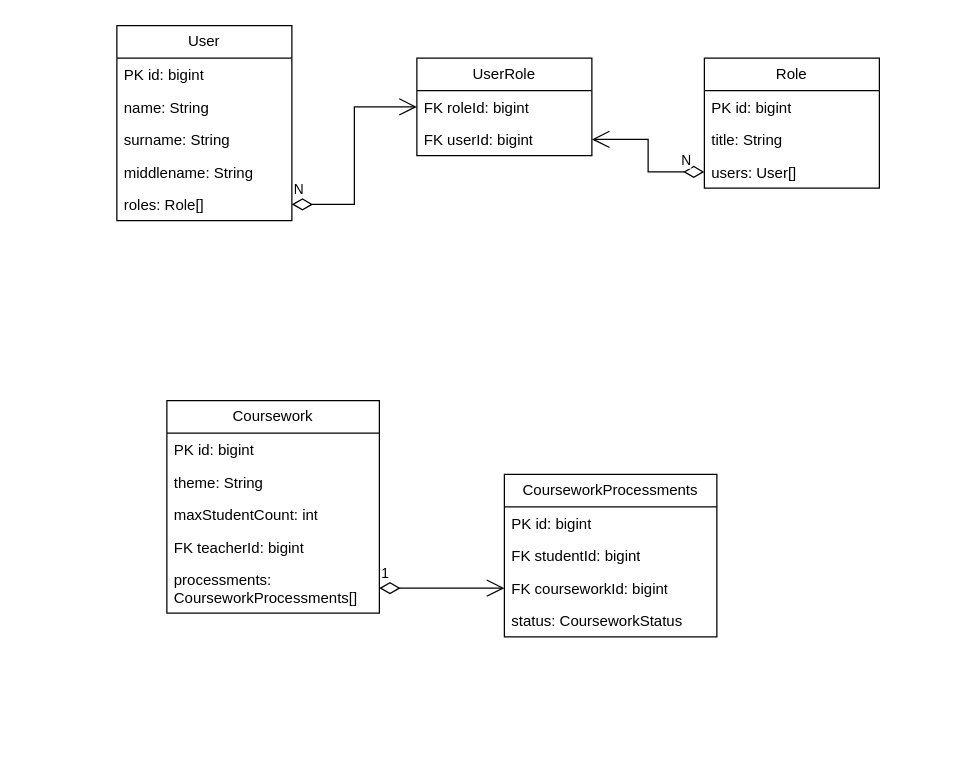
StanEkso/kanban-projecting keeps this draw.io diagram as class.drawio. Above is the earlier version. Source tidied: cells renumbered, new cells numbered last; positions are measured from the earlier drawing's top-left corner, leaving out a move shared by most shapes. Both pictures are drawn from the tidied source at 125%, with x=0, y=0 at pixel (116, 25).
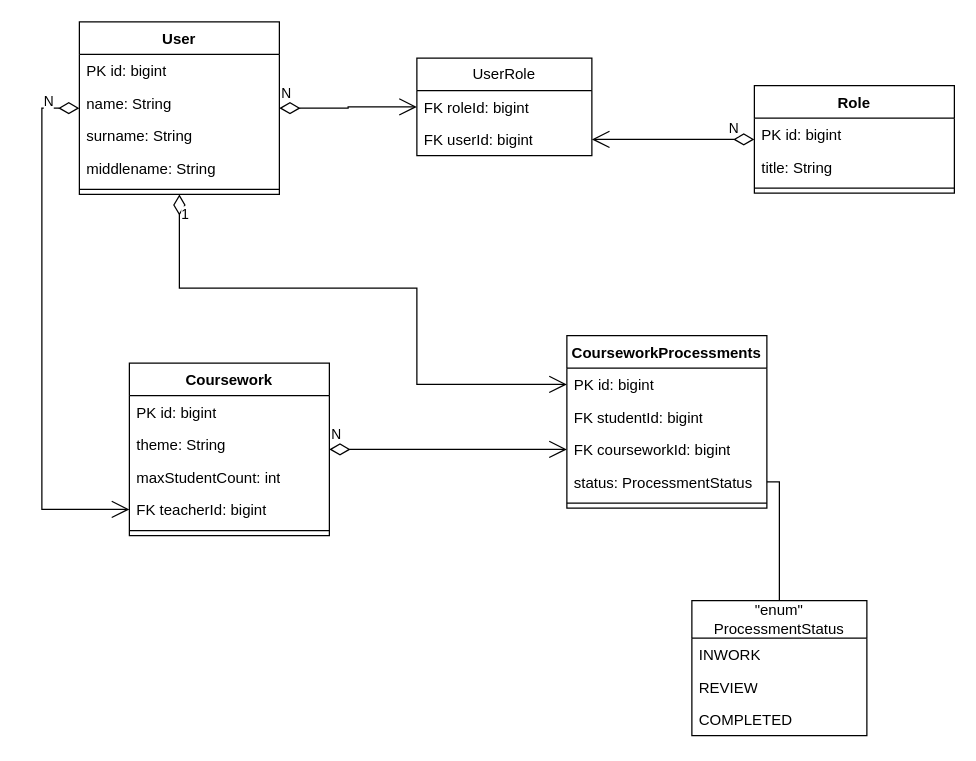
Above is the later version.

The change refers to these unchanged cells:
```xml
<mxCell id="13" value="FK roleId: bigint" style="text;strokeColor=none;fillColor=none;align=left;verticalAlign=top;spacingLeft=4;spacingRight=4;overflow=hidden;points=[[0,0.5],[1,0.5]];portConstraint=eastwest;whiteSpace=wrap;html=1;" parent="12" vertex="1">
  <mxGeometry y="26" width="140" height="26" as="geometry" />
</mxCell>
<mxCell id="14" value="FK userId: bigint" style="text;strokeColor=none;fillColor=none;align=left;verticalAlign=top;spacingLeft=4;spacingRight=4;overflow=hidden;points=[[0,0.5],[1,0.5]];portConstraint=eastwest;whiteSpace=wrap;html=1;" parent="12" vertex="1">
  <mxGeometry y="52" width="140" height="26" as="geometry" />
</mxCell>
```

The edit, as a diff of the source:
```diff
@@
-    <mxCell id="2" value="User" style="swimlane;fontStyle=0;horizontal=1;startSize=26;fillColor=none;whiteSpace=wrap;html=1;" parent="1" vertex="1">
-      <mxGeometry width="140" height="156" as="geometry" />
-    </mxCell>
-    <mxCell id="3" value="PK id: bigint" style="text;strokeColor=none;fillColor=none;align=left;verticalAlign=top;spacingLeft=4;spacingRight=4;overflow=hidden;whiteSpace=wrap;html=1;" parent="2" vertex="1">
-      <mxGeometry y="26" width="140" height="26" as="geometry" />
-    </mxCell>
-    <mxCell id="4" value="name: String" style="text;strokeColor=none;fillColor=none;align=left;verticalAlign=top;spacingLeft=4;spacingRight=4;overflow=hidden;whiteSpace=wrap;html=1;" parent="2" vertex="1">
-      <mxGeometry y="52" width="140" height="26" as="geometry" />
-    </mxCell>
-    <mxCell id="5" value="surname: String" style="text;strokeColor=none;fillColor=none;align=left;verticalAlign=top;spacingLeft=4;spacingRight=4;overflow=hidden;whiteSpace=wrap;html=1;" parent="2" vertex="1">
-      <mxGeometry y="78" width="140" height="26" as="geometry" />
-    </mxCell>
-    <mxCell id="6" value="middlename: String" style="text;strokeColor=none;fillColor=none;align=left;verticalAlign=top;spacingLeft=4;spacingRight=4;overflow=hidden;whiteSpace=wrap;html=1;" parent="2" vertex="1">
-      <mxGeometry y="104" width="140" height="26" as="geometry" />
-    </mxCell>
-    <mxCell id="7" value="roles: Role[]" style="text;strokeColor=none;fillColor=none;align=left;verticalAlign=top;spacingLeft=4;spacingRight=4;overflow=hidden;points=[[0,0.5],[1,0.5]];portConstraint=eastwest;whiteSpace=wrap;html=1;" parent="2" vertex="1">
-      <mxGeometry y="130" width="140" height="26" as="geometry" />
-    </mxCell>
-    <mxCell id="8" value="Role" style="swimlane;fontStyle=0;horizontal=1;startSize=26;fillColor=none;whiteSpace=wrap;html=1;" parent="1" vertex="1">
-      <mxGeometry x="470" y="26" width="140" height="104" as="geometry" />
-    </mxCell>
-    <mxCell id="9" value="PK id: bigint" style="text;strokeColor=none;fillColor=none;align=left;verticalAlign=top;spacingLeft=4;spacingRight=4;overflow=hidden;whiteSpace=wrap;html=1;" parent="8" vertex="1">
-      <mxGeometry y="26" width="140" height="26" as="geometry" />
-    </mxCell>
-    <mxCell id="10" value="title: String" style="text;strokeColor=none;fillColor=none;align=left;verticalAlign=top;spacingLeft=4;spacingRight=4;overflow=hidden;whiteSpace=wrap;html=1;" parent="8" vertex="1">
-      <mxGeometry y="52" width="140" height="26" as="geometry" />
-    </mxCell>
-    <mxCell id="11" value="users: User[]" style="text;strokeColor=none;fillColor=none;align=left;verticalAlign=top;spacingLeft=4;spacingRight=4;overflow=hidden;points=[[0,0.5],[1,0.5]];portConstraint=eastwest;whiteSpace=wrap;html=1;" parent="8" vertex="1">
-      <mxGeometry y="78" width="140" height="26" as="geometry" />
-    </mxCell>
@@
-    <mxCell id="15" value="N" style="endArrow=open;html=1;endSize=12;startArrow=diamondThin;startSize=14;startFill=0;edgeStyle=orthogonalEdgeStyle;align=left;verticalAlign=bottom;rounded=0;" parent="1" edge="1" source="7" target="13">
+    <mxCell id="15" value="N" style="endArrow=open;html=1;endSize=12;startArrow=diamondThin;startSize=14;startFill=0;edgeStyle=orthogonalEdgeStyle;align=left;verticalAlign=bottom;rounded=0;" parent="1" edge="1" source="2" target="13">
       <mxGeometry x="-1" y="3" relative="1" as="geometry" />
     </mxCell>
-    <mxCell id="16" value="N" style="endArrow=open;html=1;endSize=12;startArrow=diamondThin;startSize=14;startFill=0;edgeStyle=orthogonalEdgeStyle;align=left;verticalAlign=bottom;rounded=0;" parent="1" edge="1" source="11" target="14">
+    <mxCell id="16" value="N" style="endArrow=open;html=1;endSize=12;startArrow=diamondThin;startSize=14;startFill=0;edgeStyle=orthogonalEdgeStyle;align=left;verticalAlign=bottom;rounded=0;" parent="1" edge="1" source="8" target="14">
       <mxGeometry x="-0.66" relative="1" as="geometry" />
     </mxCell>
+    <mxCell id="28" value="N" style="endArrow=open;html=1;endSize=12;startArrow=diamondThin;startSize=14;startFill=0;edgeStyle=orthogonalEdgeStyle;align=left;verticalAlign=bottom;rounded=0;" parent="1" edge="1" source="17" target="26">
+      <mxGeometry x="-1" y="3" relative="1" as="geometry" />
+    </mxCell>
+    <mxCell id="2" value="User" style="swimlane;fontStyle=1;align=center;verticalAlign=top;horizontal=1;startSize=26;whiteSpace=wrap;html=1;" parent="1" vertex="1">
+      <mxGeometry x="-30" y="-3" width="160" height="138" as="geometry" />
+    </mxCell>
+    <mxCell id="29" value="PK id: bigint" style="text;strokeColor=none;fillColor=none;align=left;verticalAlign=top;spacingLeft=4;spacingRight=4;overflow=hidden;whiteSpace=wrap;html=1;" parent="2" vertex="1">
+      <mxGeometry y="26" width="160" height="26" as="geometry" />
+    </mxCell>
+    <mxCell id="4" value="name: String" style="text;strokeColor=none;fillColor=none;align=left;verticalAlign=top;spacingLeft=4;spacingRight=4;overflow=hidden;whiteSpace=wrap;html=1;" parent="2" vertex="1">
+      <mxGeometry y="52" width="160" height="26" as="geometry" />
+    </mxCell>
+    <mxCell id="5" value="surname: String" style="text;strokeColor=none;fillColor=none;align=left;verticalAlign=top;spacingLeft=4;spacingRight=4;overflow=hidden;whiteSpace=wrap;html=1;" parent="2" vertex="1">
+      <mxGeometry y="78" width="160" height="26" as="geometry" />
+    </mxCell>
+    <mxCell id="6" value="middlename: String" style="text;strokeColor=none;fillColor=none;align=left;verticalAlign=top;spacingLeft=4;spacingRight=4;overflow=hidden;whiteSpace=wrap;html=1;" parent="2" vertex="1">
+      <mxGeometry y="104" width="160" height="26" as="geometry" />
+    </mxCell>
+    <mxCell id="30" style="line;strokeWidth=1;fillColor=none;align=left;verticalAlign=middle;spacingTop=-1;spacingLeft=3;spacingRight=3;labelPosition=right;strokeColor=inherit;" parent="2" vertex="1">
+      <mxGeometry y="130" width="160" height="8" as="geometry" />
+    </mxCell>
+    <mxCell id="8" value="Role" style="swimlane;fontStyle=1;align=center;verticalAlign=top;horizontal=1;startSize=26;whiteSpace=wrap;html=1;" parent="1" vertex="1">
+      <mxGeometry x="510" y="48" width="160" height="86" as="geometry" />
+    </mxCell>
+    <mxCell id="31" value="PK id: bigint" style="text;strokeColor=none;fillColor=none;align=left;verticalAlign=top;spacingLeft=4;spacingRight=4;overflow=hidden;whiteSpace=wrap;html=1;" parent="8" vertex="1">
+      <mxGeometry y="26" width="160" height="26" as="geometry" />
+    </mxCell>
+    <mxCell id="10" value="title: String" style="text;strokeColor=none;fillColor=none;align=left;verticalAlign=top;spacingLeft=4;spacingRight=4;overflow=hidden;whiteSpace=wrap;html=1;" parent="8" vertex="1">
+      <mxGeometry y="52" width="160" height="26" as="geometry" />
+    </mxCell>
+    <mxCell id="32" style="line;strokeWidth=1;fillColor=none;align=left;verticalAlign=middle;spacingTop=-1;spacingLeft=3;spacingRight=3;labelPosition=right;strokeColor=inherit;" parent="8" vertex="1">
+      <mxGeometry y="78" width="160" height="8" as="geometry" />
+    </mxCell>
-    <mxCell id="17" value="Coursework" style="swimlane;fontStyle=0;horizontal=1;startSize=26;fillColor=none;whiteSpace=wrap;html=1;" parent="1" vertex="1">
-      <mxGeometry x="40" y="300" width="170" height="170" as="geometry" />
+    <mxCell id="17" value="Coursework" style="swimlane;fontStyle=1;align=center;verticalAlign=top;horizontal=1;startSize=26;whiteSpace=wrap;html=1;" parent="1" vertex="1">
+      <mxGeometry x="10" y="270" width="160" height="138" as="geometry" />
     </mxCell>
-    <mxCell id="18" value="PK id: bigint" style="text;strokeColor=none;fillColor=none;align=left;verticalAlign=top;spacingLeft=4;spacingRight=4;overflow=hidden;whiteSpace=wrap;html=1;" parent="17" vertex="1">
-      <mxGeometry y="26" width="170" height="26" as="geometry" />
-    </mxCell>
+    <mxCell id="33" value="PK id: bigint" style="text;strokeColor=none;fillColor=none;align=left;verticalAlign=top;spacingLeft=4;spacingRight=4;overflow=hidden;whiteSpace=wrap;html=1;" parent="17" vertex="1">
+      <mxGeometry y="26" width="160" height="26" as="geometry" />
+    </mxCell>
     <mxCell id="19" value="theme: String" style="text;strokeColor=none;fillColor=none;align=left;verticalAlign=top;spacingLeft=4;spacingRight=4;overflow=hidden;whiteSpace=wrap;html=1;" parent="17" vertex="1">
-      <mxGeometry y="52" width="170" height="26" as="geometry" />
+      <mxGeometry y="52" width="160" height="26" as="geometry" />
     </mxCell>
     <mxCell id="20" value="maxStudentCount: int" style="text;strokeColor=none;fillColor=none;align=left;verticalAlign=top;spacingLeft=4;spacingRight=4;overflow=hidden;whiteSpace=wrap;html=1;" parent="17" vertex="1">
-      <mxGeometry y="78" width="170" height="26" as="geometry" />
+      <mxGeometry y="78" width="160" height="26" as="geometry" />
     </mxCell>
     <mxCell id="21" value="FK teacherId: bigint" style="text;strokeColor=none;fillColor=none;align=left;verticalAlign=top;spacingLeft=4;spacingRight=4;overflow=hidden;points=[[0,0.5],[1,0.5]];portConstraint=eastwest;whiteSpace=wrap;html=1;" parent="17" vertex="1">
-      <mxGeometry y="104" width="170" height="26" as="geometry" />
+      <mxGeometry y="104" width="160" height="26" as="geometry" />
     </mxCell>
-    <mxCell id="22" value="processments: CourseworkProcessments[]" style="text;strokeColor=none;fillColor=none;align=left;verticalAlign=top;spacingLeft=4;spacingRight=4;overflow=hidden;points=[[0,0.5],[1,0.5]];portConstraint=eastwest;whiteSpace=wrap;html=1;" parent="17" vertex="1">
-      <mxGeometry y="130" width="170" height="40" as="geometry" />
-    </mxCell>
+    <mxCell id="34" style="line;strokeWidth=1;fillColor=none;align=left;verticalAlign=middle;spacingTop=-1;spacingLeft=3;spacingRight=3;labelPosition=right;strokeColor=inherit;" parent="17" vertex="1">
+      <mxGeometry y="130" width="160" height="8" as="geometry" />
+    </mxCell>
-    <mxCell id="23" value="CourseworkProcessments" style="swimlane;fontStyle=0;horizontal=1;startSize=26;fillColor=none;whiteSpace=wrap;html=1;" parent="1" vertex="1">
-      <mxGeometry x="310" y="359" width="170" height="130" as="geometry" />
+    <mxCell id="23" value="CourseworkProcessments" style="swimlane;fontStyle=1;align=center;verticalAlign=top;horizontal=1;startSize=26;whiteSpace=wrap;html=1;" parent="1" vertex="1">
+      <mxGeometry x="360" y="248" width="160" height="138" as="geometry" />
     </mxCell>
-    <mxCell id="24" value="PK id: bigint" style="text;strokeColor=none;fillColor=none;align=left;verticalAlign=top;spacingLeft=4;spacingRight=4;overflow=hidden;whiteSpace=wrap;html=1;" parent="23" vertex="1">
-      <mxGeometry y="26" width="170" height="26" as="geometry" />
-    </mxCell>
+    <mxCell id="35" value="PK id: bigint" style="text;strokeColor=none;fillColor=none;align=left;verticalAlign=top;spacingLeft=4;spacingRight=4;overflow=hidden;points=[[0,0.5],[1,0.5]];portConstraint=eastwest;whiteSpace=wrap;html=1;" parent="23" vertex="1">
+      <mxGeometry y="26" width="160" height="26" as="geometry" />
+    </mxCell>
     <mxCell id="25" value="FK studentId: bigint" style="text;strokeColor=none;fillColor=none;align=left;verticalAlign=top;spacingLeft=4;spacingRight=4;overflow=hidden;whiteSpace=wrap;html=1;" parent="23" vertex="1">
-      <mxGeometry y="52" width="170" height="26" as="geometry" />
+      <mxGeometry y="52" width="160" height="26" as="geometry" />
     </mxCell>
     <mxCell id="26" value="FK courseworkId: bigint" style="text;strokeColor=none;fillColor=none;align=left;verticalAlign=top;spacingLeft=4;spacingRight=4;overflow=hidden;points=[[0,0.5],[1,0.5]];portConstraint=eastwest;whiteSpace=wrap;html=1;" parent="23" vertex="1">
-      <mxGeometry y="78" width="170" height="26" as="geometry" />
+      <mxGeometry y="78" width="160" height="26" as="geometry" />
     </mxCell>
-    <mxCell id="27" value="status: CourseworkStatus" style="text;strokeColor=none;fillColor=none;align=left;verticalAlign=top;spacingLeft=4;spacingRight=4;overflow=hidden;whiteSpace=wrap;html=1;" parent="23" vertex="1">
-      <mxGeometry y="104" width="170" height="26" as="geometry" />
-    </mxCell>
-    <mxCell id="28" value="1" style="endArrow=open;html=1;endSize=12;startArrow=diamondThin;startSize=14;startFill=0;edgeStyle=orthogonalEdgeStyle;align=left;verticalAlign=bottom;rounded=0;" parent="1" edge="1" source="22" target="26">
-      <mxGeometry x="-1" y="3" relative="1" as="geometry" />
-    </mxCell>
+    <mxCell id="36" value="status: ProcessmentStatus" style="text;strokeColor=none;fillColor=none;align=left;verticalAlign=top;spacingLeft=4;spacingRight=4;overflow=hidden;points=[[0,0.5],[1,0.5]];portConstraint=eastwest;whiteSpace=wrap;html=1;" parent="23" vertex="1">
+      <mxGeometry y="104" width="160" height="26" as="geometry" />
+    </mxCell>
+    <mxCell id="37" style="line;strokeWidth=1;fillColor=none;align=left;verticalAlign=middle;spacingTop=-1;spacingLeft=3;spacingRight=3;labelPosition=right;strokeColor=inherit;" parent="23" vertex="1">
+      <mxGeometry y="130" width="160" height="8" as="geometry" />
+    </mxCell>
+    <mxCell id="38" value="N" style="endArrow=open;html=1;endSize=12;startArrow=diamondThin;startSize=14;startFill=0;edgeStyle=orthogonalEdgeStyle;align=left;verticalAlign=bottom;rounded=0;" parent="1" edge="1" source="2" target="21">
+      <mxGeometry x="-0.84" relative="1" as="geometry">
+        <Array as="points">
+          <mxPoint x="-60" y="66" />
+          <mxPoint x="-60" y="387" />
+        </Array>
+      </mxGeometry>
+    </mxCell>
+    <mxCell id="39" value="1" style="endArrow=open;html=1;endSize=12;startArrow=diamondThin;startSize=14;startFill=0;edgeStyle=orthogonalEdgeStyle;align=left;verticalAlign=bottom;rounded=0;" parent="1" edge="1" source="2" target="35">
+      <mxGeometry x="-0.89" relative="1" as="geometry">
+        <Array as="points">
+          <mxPoint x="50" y="210" />
+          <mxPoint x="240" y="210" />
+          <mxPoint x="240" y="287" />
+        </Array>
+      </mxGeometry>
+    </mxCell>
+    <mxCell id="40" value="&quot;enum&quot;&lt;br&gt;ProcessmentStatus" style="swimlane;fontStyle=0;horizontal=1;startSize=30;fillColor=none;whiteSpace=wrap;html=1;" parent="1" vertex="1">
+      <mxGeometry x="460" y="460" width="140" height="108" as="geometry" />
+    </mxCell>
+    <mxCell id="41" value="INWORK" style="text;strokeColor=none;fillColor=none;align=left;verticalAlign=top;spacingLeft=4;spacingRight=4;overflow=hidden;whiteSpace=wrap;html=1;" parent="40" vertex="1">
+      <mxGeometry y="30" width="140" height="26" as="geometry" />
+    </mxCell>
+    <mxCell id="42" value="REVIEW" style="text;strokeColor=none;fillColor=none;align=left;verticalAlign=top;spacingLeft=4;spacingRight=4;overflow=hidden;whiteSpace=wrap;html=1;" parent="40" vertex="1">
+      <mxGeometry y="56" width="140" height="26" as="geometry" />
+    </mxCell>
+    <mxCell id="43" value="COMPLETED" style="text;strokeColor=none;fillColor=none;align=left;verticalAlign=top;spacingLeft=4;spacingRight=4;overflow=hidden;whiteSpace=wrap;html=1;" parent="40" vertex="1">
+      <mxGeometry y="82" width="140" height="26" as="geometry" />
+    </mxCell>
+    <mxCell id="44" style="endArrow=none;html=1;edgeStyle=orthogonalEdgeStyle;rounded=0;" parent="1" edge="1" source="36" target="40">
+      <mxGeometry relative="1" as="geometry" />
+    </mxCell>
```
